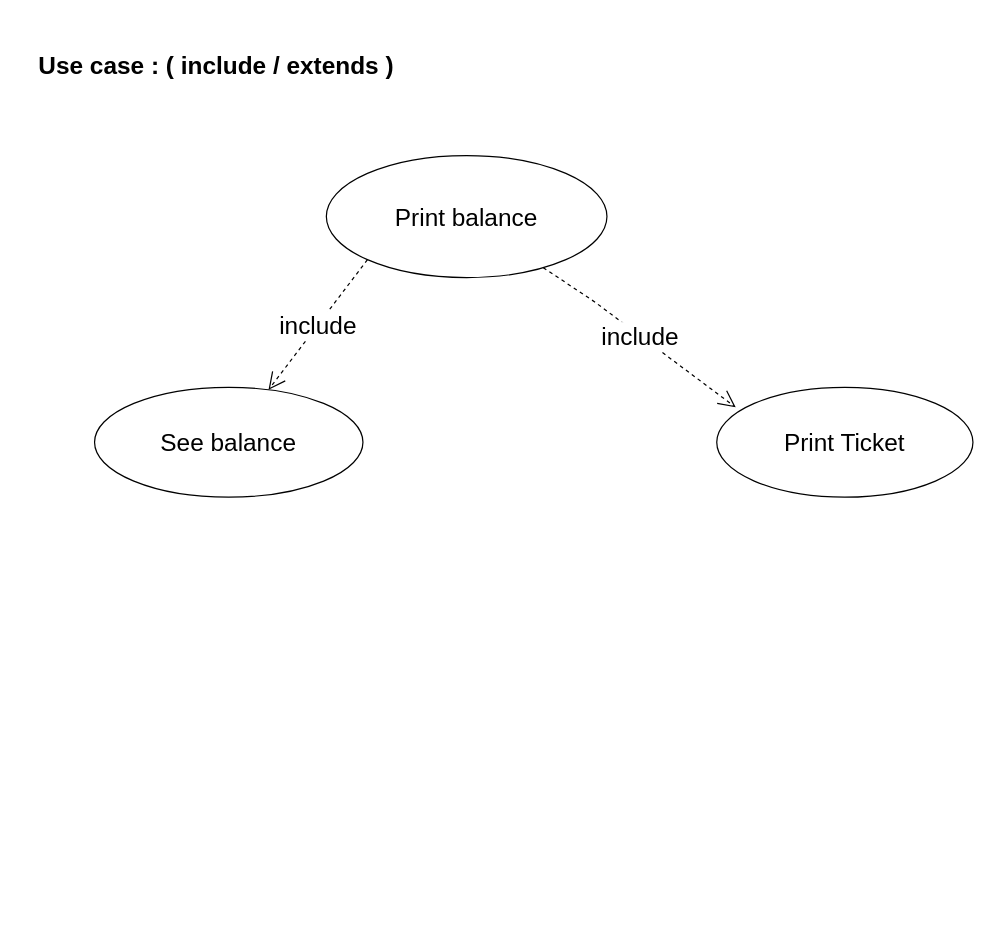
The draw.io diagram Diagram.drawio in yahyamallak/UML, before the edit. Source tidied: cells renumbered, new cells numbered last; positions are measured from the earlier drawing's top-left corner, leaving out a move shared by most shapes. Both pictures are drawn from the tidied source at 122%, with x=0, y=0 at pixel (21, 21).
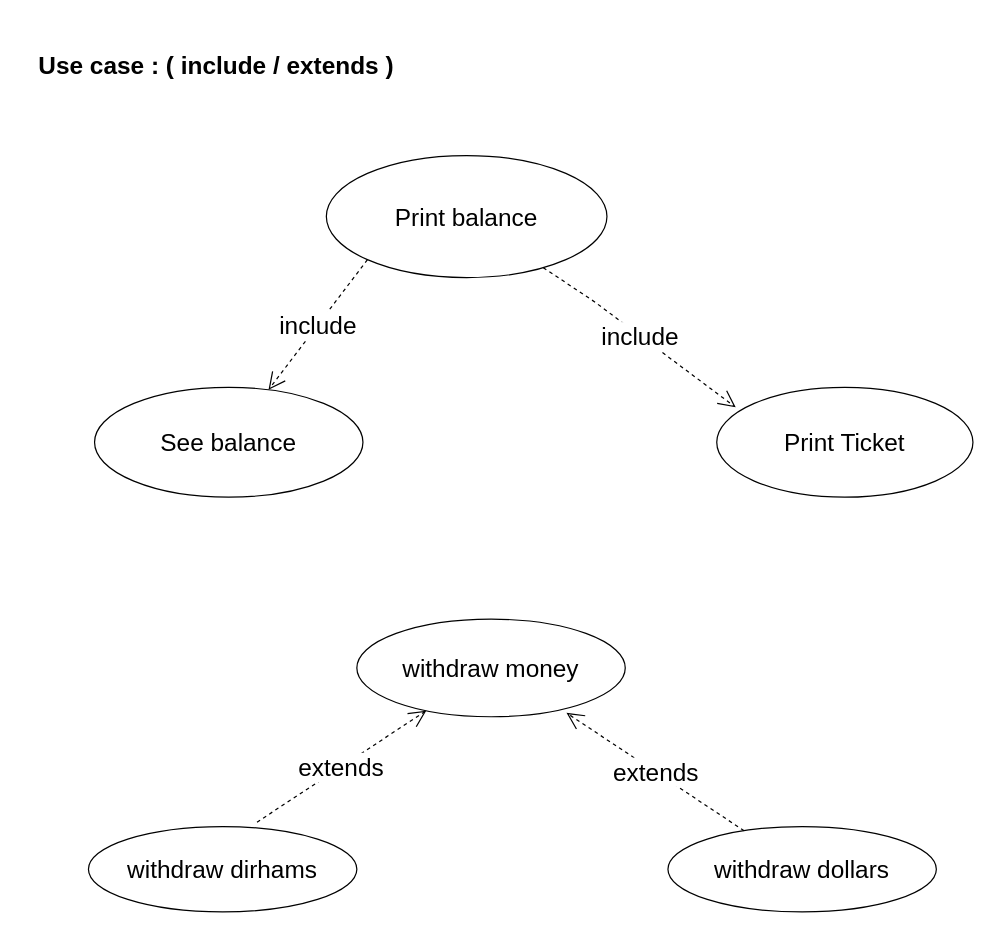
Above is the later version.

The edit, as a diff of the source:
```diff
@@
 <mxGraphModel>
   <root>
     <mxCell id="0" />
     <mxCell id="1" parent="0" />
     <mxCell id="2" value="Print balance" style="ellipse;whiteSpace=wrap;html=1;fontSize=20;" parent="1" vertex="1">
       <mxGeometry x="250" y="110" width="230" height="100" as="geometry" />
     </mxCell>
     <mxCell id="3" value="Use case : ( include / extends )" style="text;align=center;fontStyle=1;verticalAlign=middle;spacingLeft=3;spacingRight=3;strokeColor=none;fontSize=20;" parent="1" vertex="1">
       <mxGeometry width="320" height="70" as="geometry" />
     </mxCell>
     <mxCell id="4" value="See balance" style="ellipse;whiteSpace=wrap;html=1;fontSize=20;" parent="1" vertex="1">
       <mxGeometry x="60" y="300" width="220" height="90" as="geometry" />
     </mxCell>
     <mxCell id="5" value="Print Ticket" style="ellipse;whiteSpace=wrap;html=1;fontSize=20;" parent="1" vertex="1">
       <mxGeometry x="570" y="300" width="210" height="90" as="geometry" />
     </mxCell>
     <mxCell id="6" value="include" style="endArrow=open;endSize=12;dashed=1;html=1;rounded=0;fontSize=20;exitX=0;exitY=1;exitDx=0;exitDy=0;" parent="1" edge="1" source="2" target="4">
       <mxGeometry relative="1" as="geometry" />
     </mxCell>
     <mxCell id="7" value="include" style="endArrow=open;endSize=12;dashed=1;html=1;rounded=0;fontSize=20;entryX=0.074;entryY=0.182;entryDx=0;entryDy=0;entryPerimeter=0;" parent="1" edge="1" source="2" target="5">
       <mxGeometry relative="1" as="geometry">
         <Array as="points">
           <mxPoint x="470" y="230" />
         </Array>
       </mxGeometry>
     </mxCell>
+    <mxCell id="8" value="withdraw money" style="ellipse;whiteSpace=wrap;html=1;fontSize=20;" parent="1" vertex="1">
+      <mxGeometry x="275" y="490" width="220" height="80" as="geometry" />
+    </mxCell>
+    <mxCell id="9" value="withdraw dirhams" style="ellipse;whiteSpace=wrap;html=1;fontSize=20;" parent="1" vertex="1">
+      <mxGeometry x="55" y="660" width="220" height="70" as="geometry" />
+    </mxCell>
+    <mxCell id="10" value="withdraw dollars" style="ellipse;whiteSpace=wrap;html=1;fontSize=20;" parent="1" vertex="1">
+      <mxGeometry x="530" y="660" width="220" height="70" as="geometry" />
+    </mxCell>
+    <mxCell id="11" value="extends" style="endArrow=open;endSize=12;dashed=1;html=1;rounded=0;fontSize=20;exitX=0.628;exitY=-0.051;exitDx=0;exitDy=0;exitPerimeter=0;" parent="1" edge="1" source="9" target="8">
+      <mxGeometry relative="1" as="geometry" />
+    </mxCell>
+    <mxCell id="12" value="extends" style="endArrow=open;endSize=12;dashed=1;html=1;rounded=0;fontSize=20;entryX=0.781;entryY=0.96;entryDx=0;entryDy=0;entryPerimeter=0;" parent="1" edge="1" source="10" target="8">
+      <mxGeometry relative="1" as="geometry" />
+    </mxCell>
   </root>
 </mxGraphModel>
```
